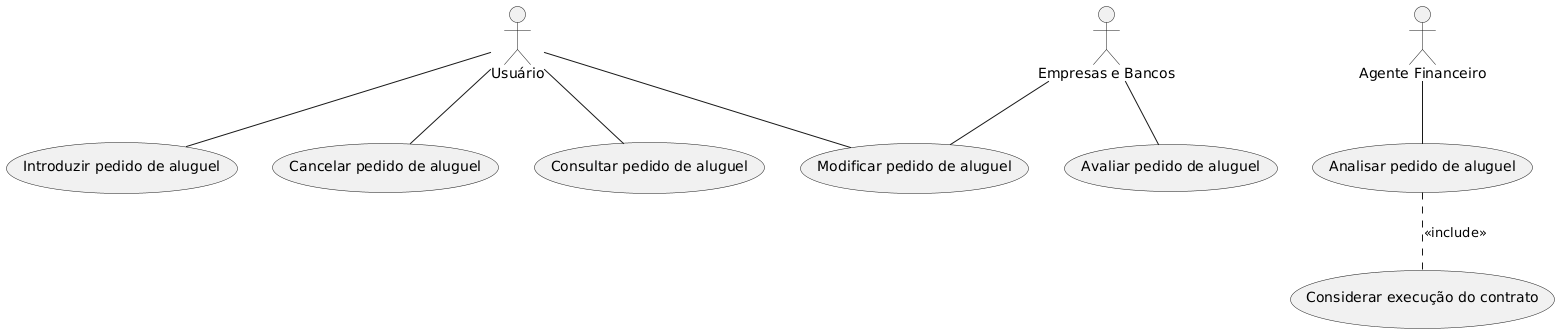
Earlier version of the PlantUML export project/img/useCaseDiagram.png (RafaMtF/LDS-Lab02).
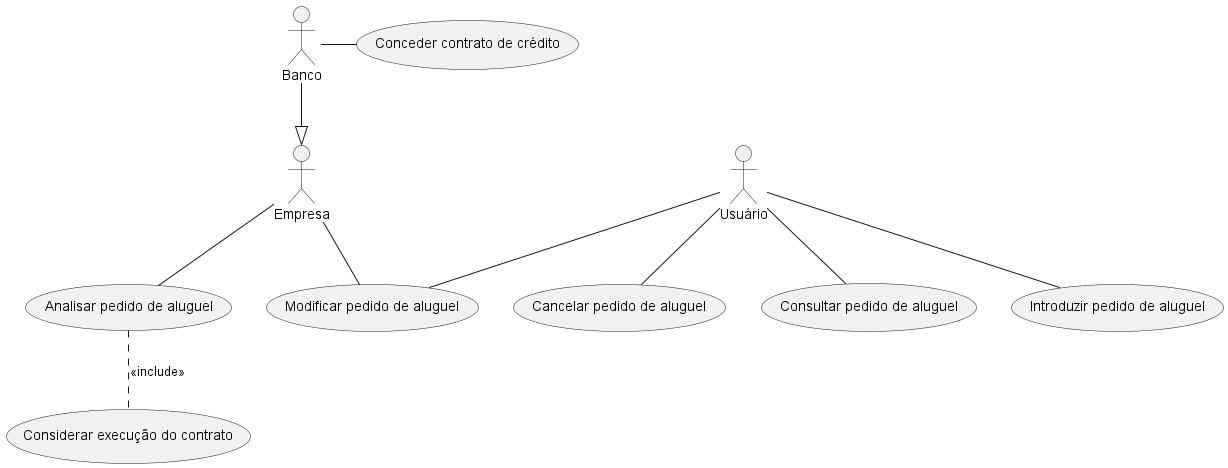
Above is the later version.

Change to the diagram source:
```diff
@@ -1,25 +1,29 @@
-@startuml
+@startuml useCaseDiagram
+
 :Usuário: as U
-:Empresas e Bancos: as EB
-:Agente Financeiro: as AF
+:Banco: as B
+:Empresa: as E
+
+B --|> E
 
 (Introduzir pedido de aluguel) as IntroPedido
 (Cancelar pedido de aluguel) as CancelarPedido
 (Consultar pedido de aluguel) as ConsultarPedido
 (Modificar pedido de aluguel) as ModificarPedido
 
-(Avaliar pedido de aluguel) as AvaliarPedido
-
 (Analisar pedido de aluguel) as AnalisarPedido
 
 (Considerar execução do contrato) as ConsultarViabilidade
+
+(Conceder contrato de crédito) as ConcederContrato
 
 U -- IntroPedido
 U -- CancelarPedido
 U -- ConsultarPedido
 U -- ModificarPedido
-EB -- ModificarPedido
-EB -- AvaliarPedido
-AF --  AnalisarPedido
+E -- ModificarPedido
+E --  AnalisarPedido
+B -right-- ConcederContrato
 AnalisarPedido .. ConsultarViabilidade : <<include>>
+
 @enduml
```
